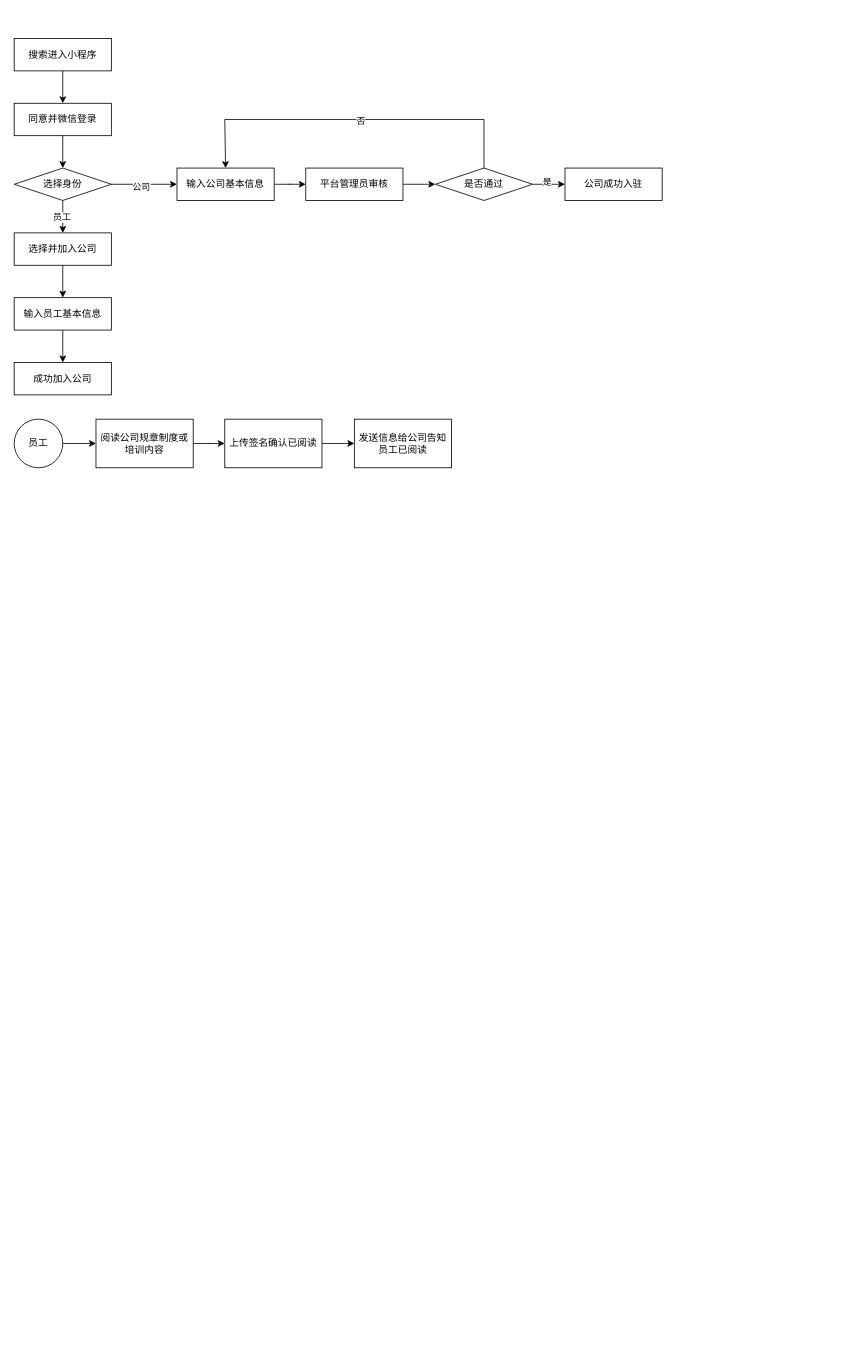
Before: 未命名绘图.drawio in domexie/cjlu.ink.drawio, a draw.io diagram. Source tidied: cells renumbered, new cells numbered last; positions are measured from the earlier drawing's top-left corner, leaving out a move shared by most shapes. Both pictures are drawn from the tidied source at 81%, with x=0, y=0 at pixel (14, 38).
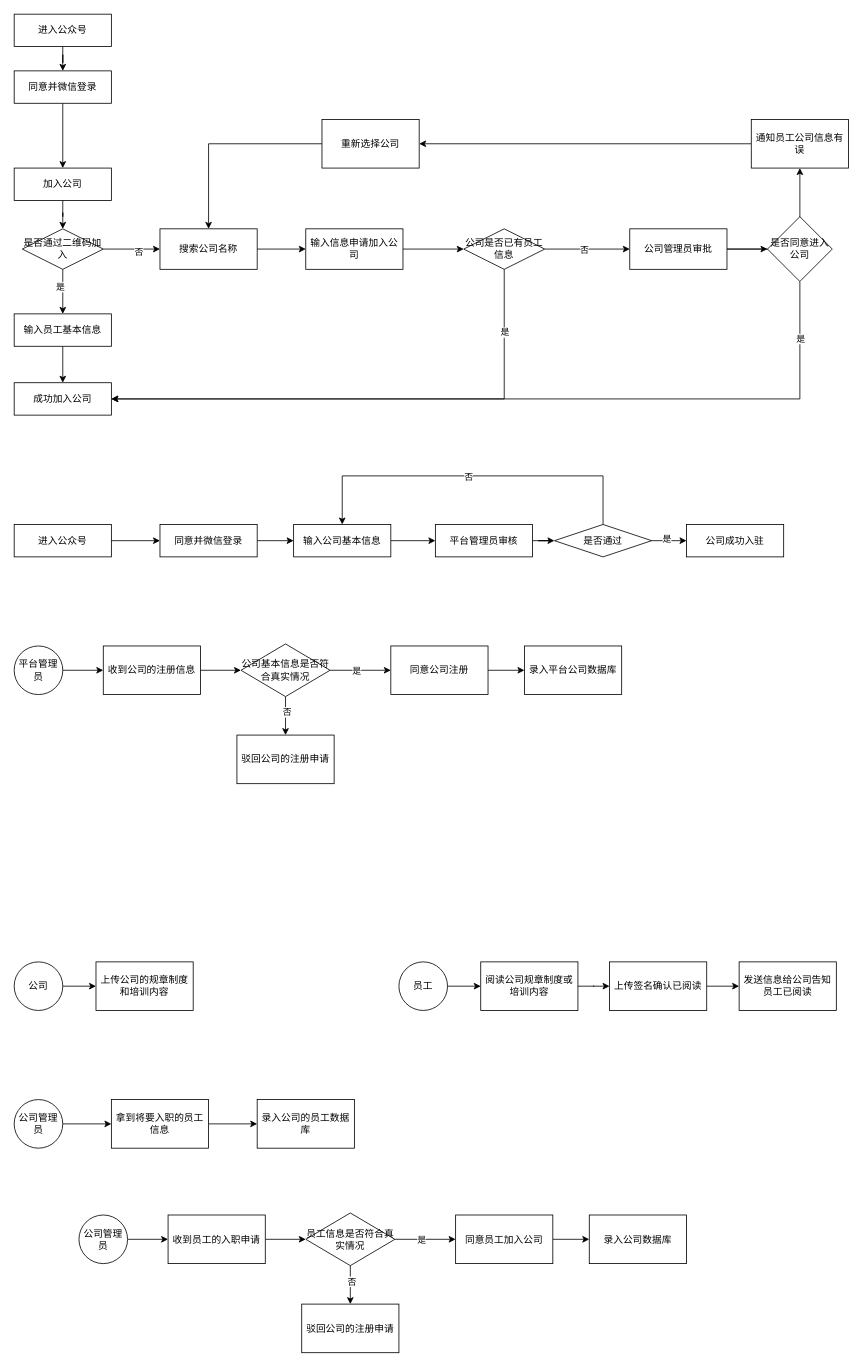
After the change.

Commit message:
更新未命名绘图.drawio

What changed in the source:
```diff
@@
-    <mxCell id="2" style="edgeStyle=orthogonalEdgeStyle;rounded=0;jettySize=auto;html=1;" parent="1" edge="1" source="14" target="8">
-      <mxGeometry relative="1" as="geometry" />
-    </mxCell>
-    <mxCell id="3" value="搜索进入小程序" style="rounded=0;whiteSpace=wrap;html=1;" parent="1" vertex="1">
-      <mxGeometry width="120" height="40" as="geometry" />
+    <mxCell id="3" value="进入公众号" style="rounded=0;whiteSpace=wrap;html=1;" parent="1" vertex="1">
+      <mxGeometry y="-30" width="120" height="40" as="geometry" />
     </mxCell>
-    <mxCell id="4" style="edgeStyle=orthogonalEdgeStyle;rounded=0;jettySize=auto;html=1;" parent="1" edge="1" source="8" target="10">
-      <mxGeometry relative="1" as="geometry" />
-    </mxCell>
-    <mxCell id="5" value="公司" style="edgeLabel;html=1;align=center;verticalAlign=middle;points=[];" parent="4" vertex="1">
-      <mxGeometry x="-0.11" y="-2" relative="1" as="geometry" />
-    </mxCell>
-    <mxCell id="6" style="edgeStyle=orthogonalEdgeStyle;rounded=0;jettySize=auto;html=1;" parent="1" edge="1" source="8" target="12">
-      <mxGeometry relative="1" as="geometry" />
-    </mxCell>
-    <mxCell id="7" value="员工" style="edgeLabel;html=1;align=center;verticalAlign=middle;" parent="6" vertex="1">
-      <mxGeometry y="-2" relative="1" as="geometry" />
-    </mxCell>
-    <mxCell id="8" value="选择身份" style="rhombus;whiteSpace=wrap;html=1;rounded=0;" parent="1" vertex="1">
-      <mxGeometry y="160" width="120" height="40" as="geometry" />
-    </mxCell>
-    <mxCell id="9" style="edgeStyle=orthogonalEdgeStyle;rounded=0;jettySize=auto;html=1;" parent="1" edge="1" source="10" target="16">
-      <mxGeometry relative="1" as="geometry" />
-    </mxCell>
-    <mxCell id="10" value="输入公司基本信息" style="whiteSpace=wrap;html=1;rounded=0;" parent="1" vertex="1">
-      <mxGeometry x="201" y="160" width="120" height="40" as="geometry" />
-    </mxCell>
-    <mxCell id="11" style="edgeStyle=orthogonalEdgeStyle;rounded=0;jettySize=auto;html=1;" parent="1" edge="1" source="12" target="24">
+    <mxCell id="11" style="edgeStyle=orthogonalEdgeStyle;rounded=0;jettySize=auto;html=1;" parent="1" edge="1" source="53" target="24">
       <mxGeometry relative="1" as="geometry" />
     </mxCell>
+    <mxCell id="33" value="是" style="edgeLabel;html=1;align=center;verticalAlign=middle;" parent="11" vertex="1">
+      <mxGeometry x="-0.24" y="-4" relative="1" as="geometry" />
+    </mxCell>
-    <mxCell id="12" value="选择并加入公司" style="whiteSpace=wrap;html=1;rounded=0;" parent="1" vertex="1">
-      <mxGeometry y="240" width="120" height="40" as="geometry" />
+    <mxCell id="12" value="加入公司" style="whiteSpace=wrap;html=1;rounded=0;" parent="1" vertex="1">
+      <mxGeometry y="160" width="120" height="40" as="geometry" />
     </mxCell>
@@
+    <mxCell id="34" style="edgeStyle=orthogonalEdgeStyle;rounded=0;jettySize=auto;html=1;exitX=0.5;exitY=1;exitDx=0;exitDy=0;entryX=0.5;entryY=0;entryDx=0;entryDy=0;" parent="1" edge="1" source="14" target="12">
+      <mxGeometry relative="1" as="geometry" />
+    </mxCell>
     <mxCell id="14" value="同意并微信登录" style="rounded=0;whiteSpace=wrap;html=1;" parent="1" vertex="1">
-      <mxGeometry y="80" width="120" height="40" as="geometry" />
+      <mxGeometry y="40" width="120" height="40" as="geometry" />
     </mxCell>
-    <mxCell id="15" style="edgeStyle=orthogonalEdgeStyle;rounded=0;jettySize=auto;html=1;" parent="1" edge="1" source="16" target="21">
-      <mxGeometry relative="1" as="geometry" />
-    </mxCell>
-    <mxCell id="16" value="平台管理员审核" style="whiteSpace=wrap;html=1;rounded=0;" parent="1" vertex="1">
-      <mxGeometry x="360" y="160" width="120" height="40" as="geometry" />
-    </mxCell>
-    <mxCell id="17" style="edgeStyle=orthogonalEdgeStyle;rounded=0;jettySize=auto;html=1;exitX=0.5;exitY=0;exitDx=0;exitDy=0;entryX=0.5;entryY=0;entryDx=0;entryDy=0;" parent="1" edge="1" source="21" target="10">
-      <mxGeometry relative="1" as="geometry">
-        <Array as="points">
-          <mxPoint x="580" y="100" />
-          <mxPoint x="260" y="100" />
-        </Array>
-      </mxGeometry>
-    </mxCell>
-    <mxCell id="18" value="否" style="edgeLabel;html=1;align=center;verticalAlign=middle;" parent="17" vertex="1">
-      <mxGeometry x="-0.03" y="1" relative="1" as="geometry" />
-    </mxCell>
-    <mxCell id="19" style="edgeStyle=orthogonalEdgeStyle;rounded=0;jettySize=auto;html=1;" parent="1" edge="1" source="21" target="22">
-      <mxGeometry relative="1" as="geometry" />
-    </mxCell>
-    <mxCell id="20" value="是" style="edgeLabel;html=1;align=center;verticalAlign=middle;" parent="19" vertex="1">
-      <mxGeometry x="-0.14" y="3" relative="1" as="geometry" />
-    </mxCell>
-    <mxCell id="21" value="是否通过" style="rhombus;whiteSpace=wrap;html=1;rounded=0;" parent="1" vertex="1">
-      <mxGeometry x="520" y="160" width="120" height="40" as="geometry" />
-    </mxCell>
-    <mxCell id="22" value="公司成功入驻" style="whiteSpace=wrap;html=1;rounded=0;" parent="1" vertex="1">
-      <mxGeometry x="680" y="160" width="120" height="40" as="geometry" />
-    </mxCell>
-    <mxCell id="23" style="edgeStyle=orthogonalEdgeStyle;rounded=0;jettySize=auto;html=1;" parent="1" edge="1" source="24" target="25">
+    <mxCell id="23" style="edgeStyle=orthogonalEdgeStyle;rounded=0;jettySize=auto;html=1;exitX=0.5;exitY=1;exitDx=0;exitDy=0;entryX=0.5;entryY=0;entryDx=0;entryDy=0;" parent="1" edge="1" source="24" target="25">
       <mxGeometry relative="1" as="geometry" />
     </mxCell>
     <mxCell id="24" value="输入员工基本信息" style="whiteSpace=wrap;html=1;rounded=0;" parent="1" vertex="1">
-      <mxGeometry y="320" width="120" height="40" as="geometry" />
+      <mxGeometry y="340" width="120" height="40" as="geometry" />
     </mxCell>
     <mxCell id="25" value="成功加入公司" style="whiteSpace=wrap;html=1;rounded=0;" parent="1" vertex="1">
-      <mxGeometry y="400" width="120" height="40" as="geometry" />
+      <mxGeometry y="425" width="120" height="40" as="geometry" />
     </mxCell>
@@
     <mxCell id="27" value="员工" style="ellipse;whiteSpace=wrap;html=1;" parent="1" vertex="1">
-      <mxGeometry y="470" width="60" height="60" as="geometry" />
+      <mxGeometry x="475" y="1140" width="60" height="60" as="geometry" />
     </mxCell>
@@
     <mxCell id="29" value="阅读公司规章制度或培训内容" style="whiteSpace=wrap;html=1;" parent="1" vertex="1">
-      <mxGeometry x="101" y="470" width="120" height="60" as="geometry" />
+      <mxGeometry x="576" y="1140" width="120" height="60" as="geometry" />
     </mxCell>
@@
     <mxCell id="31" value="上传签名确认已阅读" style="whiteSpace=wrap;html=1;" parent="1" vertex="1">
-      <mxGeometry x="260" y="470" width="120" height="60" as="geometry" />
+      <mxGeometry x="735" y="1140" width="120" height="60" as="geometry" />
     </mxCell>
     <mxCell id="32" value="发送信息给公司告知员工已阅读" style="whiteSpace=wrap;html=1;" parent="1" vertex="1">
-      <mxGeometry x="420" y="470" width="120" height="60" as="geometry" />
+      <mxGeometry x="895" y="1140" width="120" height="60" as="geometry" />
     </mxCell>
+    <mxCell id="35" style="edgeStyle=orthogonalEdgeStyle;rounded=0;jettySize=auto;html=1;" parent="1" edge="1" source="5" target="36">
+      <mxGeometry relative="1" as="geometry" />
+    </mxCell>
+    <mxCell id="5" value="公司" style="ellipse;whiteSpace=wrap;html=1;" parent="1" vertex="1">
+      <mxGeometry y="1140" width="60" height="60" as="geometry" />
+    </mxCell>
+    <mxCell id="36" value="上传公司的规章制度和培训内容" style="whiteSpace=wrap;html=1;" parent="1" vertex="1">
+      <mxGeometry x="101" y="1140" width="120" height="60" as="geometry" />
+    </mxCell>
+    <mxCell id="37" style="edgeStyle=orthogonalEdgeStyle;rounded=0;jettySize=auto;html=1;" parent="1" edge="1" source="38" target="40">
+      <mxGeometry relative="1" as="geometry" />
+    </mxCell>
+    <mxCell id="38" value="平台管理员" style="ellipse;whiteSpace=wrap;html=1;" parent="1" vertex="1">
+      <mxGeometry y="750" width="60" height="60" as="geometry" />
+    </mxCell>
+    <mxCell id="39" style="edgeStyle=orthogonalEdgeStyle;rounded=0;jettySize=auto;html=1;" parent="1" edge="1" source="40" target="45">
+      <mxGeometry relative="1" as="geometry" />
+    </mxCell>
+    <mxCell id="40" value="收到公司的注册信息" style="whiteSpace=wrap;html=1;" parent="1" vertex="1">
+      <mxGeometry x="110" y="750" width="120" height="60" as="geometry" />
+    </mxCell>
+    <mxCell id="41" style="edgeStyle=orthogonalEdgeStyle;rounded=0;jettySize=auto;html=1;" parent="1" edge="1" source="45" target="47">
+      <mxGeometry relative="1" as="geometry" />
+    </mxCell>
+    <mxCell id="42" value="是" style="edgeLabel;html=1;align=center;verticalAlign=middle;" parent="41" vertex="1">
+      <mxGeometry x="-0.14" relative="1" as="geometry" />
+    </mxCell>
+    <mxCell id="43" style="edgeStyle=orthogonalEdgeStyle;rounded=0;jettySize=auto;html=1;" parent="1" edge="1" source="45" target="49">
+      <mxGeometry relative="1" as="geometry" />
+    </mxCell>
+    <mxCell id="44" value="否" style="edgeLabel;html=1;align=center;verticalAlign=middle;" parent="43" vertex="1">
+      <mxGeometry x="-0.18" y="1" relative="1" as="geometry" />
+    </mxCell>
+    <mxCell id="45" value="公司基本信息是否符合真实情况" style="rhombus;whiteSpace=wrap;html=1;" parent="1" vertex="1">
+      <mxGeometry x="280" y="747.5" width="110" height="65" as="geometry" />
+    </mxCell>
+    <mxCell id="46" style="edgeStyle=orthogonalEdgeStyle;rounded=0;jettySize=auto;html=1;" parent="1" edge="1" source="47" target="48">
+      <mxGeometry relative="1" as="geometry" />
+    </mxCell>
+    <mxCell id="47" value="同意公司注册" style="whiteSpace=wrap;html=1;" parent="1" vertex="1">
+      <mxGeometry x="465" y="750" width="120" height="60" as="geometry" />
+    </mxCell>
+    <mxCell id="48" value="录入平台公司数据库" style="whiteSpace=wrap;html=1;" parent="1" vertex="1">
+      <mxGeometry x="630" y="750" width="120" height="60" as="geometry" />
+    </mxCell>
+    <mxCell id="49" value="驳回公司的注册申请" style="whiteSpace=wrap;html=1;" parent="1" vertex="1">
+      <mxGeometry x="275" y="860" width="120" height="60" as="geometry" />
+    </mxCell>
+    <mxCell id="50" style="edgeStyle=orthogonalEdgeStyle;rounded=0;jettySize=auto;html=1;" parent="1" edge="1" source="12" target="53">
+      <mxGeometry relative="1" as="geometry" />
+    </mxCell>
+    <mxCell id="51" style="edgeStyle=orthogonalEdgeStyle;rounded=0;jettySize=auto;html=1;" parent="1" edge="1" source="53" target="55">
+      <mxGeometry relative="1" as="geometry" />
+    </mxCell>
+    <mxCell id="52" value="否" style="edgeLabel;html=1;align=center;verticalAlign=middle;" parent="51" vertex="1">
+      <mxGeometry x="0.24" y="-3" relative="1" as="geometry" />
+    </mxCell>
+    <mxCell id="53" value="是否通过二维码加入" style="rhombus;whiteSpace=wrap;html=1;" parent="1" vertex="1">
+      <mxGeometry x="10" y="235" width="100" height="50" as="geometry" />
+    </mxCell>
+    <mxCell id="54" style="edgeStyle=orthogonalEdgeStyle;rounded=0;jettySize=auto;html=1;" parent="1" edge="1" source="55" target="58">
+      <mxGeometry relative="1" as="geometry" />
+    </mxCell>
+    <mxCell id="55" value="搜索公司名称" style="whiteSpace=wrap;html=1;" parent="1" vertex="1">
+      <mxGeometry x="180" y="235" width="120" height="50" as="geometry" />
+    </mxCell>
+    <mxCell id="56" style="edgeStyle=orthogonalEdgeStyle;rounded=0;jettySize=auto;html=1;" parent="1" edge="1" source="96" target="92">
+      <mxGeometry relative="1" as="geometry" />
+    </mxCell>
+    <mxCell id="57" value="否" style="edgeLabel;html=1;align=center;verticalAlign=middle;" parent="56" vertex="1">
+      <mxGeometry x="-0.08" relative="1" as="geometry" />
+    </mxCell>
+    <mxCell id="58" value="输入信息申请加入公司" style="whiteSpace=wrap;html=1;" parent="1" vertex="1">
+      <mxGeometry x="360" y="235" width="120" height="50" as="geometry" />
+    </mxCell>
+    <mxCell id="59" style="edgeStyle=orthogonalEdgeStyle;rounded=0;jettySize=auto;html=1;" parent="1" edge="1" source="60" target="62">
+      <mxGeometry relative="1" as="geometry" />
+    </mxCell>
+    <mxCell id="60" value="公司管理员" style="ellipse;whiteSpace=wrap;html=1;" parent="1" vertex="1">
+      <mxGeometry y="1310" width="60" height="60" as="geometry" />
+    </mxCell>
+    <mxCell id="61" style="edgeStyle=orthogonalEdgeStyle;rounded=0;jettySize=auto;html=1;" parent="1" edge="1" source="62" target="69">
+      <mxGeometry relative="1" as="geometry" />
+    </mxCell>
+    <mxCell id="62" value="拿到将要入职的员工信息" style="whiteSpace=wrap;html=1;" parent="1" vertex="1">
+      <mxGeometry x="120" y="1310" width="120" height="60" as="geometry" />
+    </mxCell>
+    <mxCell id="63" value="进入公众号" style="rounded=0;whiteSpace=wrap;html=1;" parent="1" vertex="1">
+      <mxGeometry y="600" width="120" height="40" as="geometry" />
+    </mxCell>
+    <mxCell id="9" style="edgeStyle=orthogonalEdgeStyle;rounded=0;jettySize=auto;html=1;" parent="1" edge="1" source="10" target="16">
+      <mxGeometry relative="1" as="geometry" />
+    </mxCell>
+    <mxCell id="10" value="输入公司基本信息" style="whiteSpace=wrap;html=1;rounded=0;" parent="1" vertex="1">
+      <mxGeometry x="345" y="600" width="120" height="40" as="geometry" />
+    </mxCell>
+    <mxCell id="64" style="edgeStyle=orthogonalEdgeStyle;rounded=0;jettySize=auto;html=1;" parent="1" edge="1" source="63" target="66">
+      <mxGeometry relative="1" as="geometry" />
+    </mxCell>
+    <mxCell id="65" style="edgeStyle=orthogonalEdgeStyle;rounded=0;jettySize=auto;html=1;exitX=1;exitY=0.5;exitDx=0;exitDy=0;" parent="1" edge="1" source="66" target="10">
+      <mxGeometry relative="1" as="geometry" />
+    </mxCell>
+    <mxCell id="66" value="同意并微信登录" style="rounded=0;whiteSpace=wrap;html=1;" parent="1" vertex="1">
+      <mxGeometry x="180" y="600" width="120" height="40" as="geometry" />
+    </mxCell>
+    <mxCell id="15" style="edgeStyle=orthogonalEdgeStyle;rounded=0;jettySize=auto;html=1;" parent="1" edge="1" source="16" target="21">
+      <mxGeometry relative="1" as="geometry" />
+    </mxCell>
+    <mxCell id="16" value="平台管理员审核" style="whiteSpace=wrap;html=1;rounded=0;" parent="1" vertex="1">
+      <mxGeometry x="520" y="600" width="120" height="40" as="geometry" />
+    </mxCell>
+    <mxCell id="19" style="edgeStyle=orthogonalEdgeStyle;rounded=0;jettySize=auto;html=1;" parent="1" edge="1" source="21" target="22">
+      <mxGeometry relative="1" as="geometry" />
+    </mxCell>
+    <mxCell id="67" value="是" style="edgeLabel;html=1;align=center;verticalAlign=middle;" parent="19" vertex="1">
+      <mxGeometry x="-0.14" y="3" relative="1" as="geometry" />
+    </mxCell>
+    <mxCell id="17" style="edgeStyle=orthogonalEdgeStyle;rounded=0;jettySize=auto;html=1;exitX=0.5;exitY=0;exitDx=0;exitDy=0;entryX=0.5;entryY=0;entryDx=0;entryDy=0;" parent="1" edge="1" source="21" target="10">
+      <mxGeometry relative="1" as="geometry">
+        <Array as="points">
+          <mxPoint x="727" y="540" />
+          <mxPoint x="405" y="540" />
+        </Array>
+      </mxGeometry>
+    </mxCell>
+    <mxCell id="68" value="否" style="edgeLabel;html=1;align=center;verticalAlign=middle;" parent="17" vertex="1">
+      <mxGeometry relative="1" as="geometry">
+        <mxPoint x="-6" as="offset" />
+      </mxGeometry>
+    </mxCell>
+    <mxCell id="21" value="是否通过" style="rhombus;whiteSpace=wrap;html=1;rounded=0;" parent="1" vertex="1">
+      <mxGeometry x="667" y="600" width="120" height="40" as="geometry" />
+    </mxCell>
+    <mxCell id="22" value="公司成功入驻" style="whiteSpace=wrap;html=1;rounded=0;" parent="1" vertex="1">
+      <mxGeometry x="830" y="600" width="120" height="40" as="geometry" />
+    </mxCell>
+    <mxCell id="69" value="录入公司的员工数据库" style="whiteSpace=wrap;html=1;" parent="1" vertex="1">
+      <mxGeometry x="300" y="1310" width="120" height="60" as="geometry" />
+    </mxCell>
+    <mxCell id="70" style="edgeStyle=orthogonalEdgeStyle;rounded=0;jettySize=auto;html=1;" parent="1" edge="1" source="92" target="74">
+      <mxGeometry relative="1" as="geometry" />
+    </mxCell>
+    <mxCell id="71" style="edgeStyle=orthogonalEdgeStyle;rounded=0;jettySize=auto;html=1;entryX=1;entryY=0.5;entryDx=0;entryDy=0;" parent="1" edge="1" source="74" target="25">
+      <mxGeometry relative="1" as="geometry">
+        <Array as="points">
+          <mxPoint x="970" y="445" />
+        </Array>
+      </mxGeometry>
+    </mxCell>
+    <mxCell id="72" value="是" style="edgeLabel;html=1;align=center;verticalAlign=middle;" parent="71" vertex="1">
+      <mxGeometry x="-0.86" relative="1" as="geometry" />
+    </mxCell>
+    <mxCell id="73" style="edgeStyle=orthogonalEdgeStyle;rounded=0;jettySize=auto;html=1;" parent="1" edge="1" source="92" target="76">
+      <mxGeometry relative="1" as="geometry" />
+    </mxCell>
+    <mxCell id="74" value="是否同意进入公司" style="rhombus;whiteSpace=wrap;html=1;" parent="1" vertex="1">
+      <mxGeometry x="930" y="220" width="80" height="80" as="geometry" />
+    </mxCell>
+    <mxCell id="75" style="edgeStyle=orthogonalEdgeStyle;rounded=0;jettySize=auto;html=1;" parent="1" edge="1" source="76" target="78">
+      <mxGeometry relative="1" as="geometry" />
+    </mxCell>
+    <mxCell id="76" value="通知员工公司信息有误" style="whiteSpace=wrap;html=1;" parent="1" vertex="1">
+      <mxGeometry x="910" y="100" width="120" height="60" as="geometry" />
+    </mxCell>
+    <mxCell id="77" style="edgeStyle=orthogonalEdgeStyle;rounded=0;jettySize=auto;html=1;entryX=0.5;entryY=0;entryDx=0;entryDy=0;" parent="1" edge="1" source="78" target="55">
+      <mxGeometry relative="1" as="geometry" />
+    </mxCell>
+    <mxCell id="78" value="重新选择公司" style="whiteSpace=wrap;html=1;" parent="1" vertex="1">
+      <mxGeometry x="380" y="100" width="120" height="60" as="geometry" />
+    </mxCell>
+    <mxCell id="79" style="edgeStyle=orthogonalEdgeStyle;rounded=0;jettySize=auto;html=1;" parent="1" edge="1" source="80" target="82">
+      <mxGeometry relative="1" as="geometry" />
+    </mxCell>
+    <mxCell id="80" value="公司管理员" style="ellipse;whiteSpace=wrap;html=1;" parent="1" vertex="1">
+      <mxGeometry x="80" y="1452.5" width="60" height="60" as="geometry" />
+    </mxCell>
+    <mxCell id="81" style="edgeStyle=orthogonalEdgeStyle;rounded=0;jettySize=auto;html=1;" parent="1" edge="1" source="82" target="87">
+      <mxGeometry relative="1" as="geometry" />
+    </mxCell>
+    <mxCell id="82" value="收到员工的入职申请" style="whiteSpace=wrap;html=1;" parent="1" vertex="1">
+      <mxGeometry x="190" y="1452.5" width="120" height="60" as="geometry" />
+    </mxCell>
+    <mxCell id="83" style="edgeStyle=orthogonalEdgeStyle;rounded=0;jettySize=auto;html=1;" parent="1" edge="1" source="87" target="89">
+      <mxGeometry relative="1" as="geometry" />
+    </mxCell>
+    <mxCell id="84" value="是" style="edgeLabel;html=1;align=center;verticalAlign=middle;" parent="83" vertex="1">
+      <mxGeometry x="-0.14" relative="1" as="geometry" />
+    </mxCell>
+    <mxCell id="85" style="edgeStyle=orthogonalEdgeStyle;rounded=0;jettySize=auto;html=1;" parent="1" edge="1" source="87" target="91">
+      <mxGeometry relative="1" as="geometry" />
+    </mxCell>
+    <mxCell id="86" value="否" style="edgeLabel;html=1;align=center;verticalAlign=middle;" parent="85" vertex="1">
+      <mxGeometry x="-0.18" y="1" relative="1" as="geometry" />
+    </mxCell>
+    <mxCell id="87" value="员工信息是否符合真实情况" style="rhombus;whiteSpace=wrap;html=1;" parent="1" vertex="1">
+      <mxGeometry x="360" y="1450" width="110" height="65" as="geometry" />
+    </mxCell>
+    <mxCell id="88" style="edgeStyle=orthogonalEdgeStyle;rounded=0;jettySize=auto;html=1;" parent="1" edge="1" source="89" target="90">
+      <mxGeometry relative="1" as="geometry" />
+    </mxCell>
+    <mxCell id="89" value="同意员工加入公司" style="whiteSpace=wrap;html=1;" parent="1" vertex="1">
+      <mxGeometry x="545" y="1452.5" width="120" height="60" as="geometry" />
+    </mxCell>
+    <mxCell id="90" value="录入公司数据库" style="whiteSpace=wrap;html=1;" parent="1" vertex="1">
+      <mxGeometry x="710" y="1452.5" width="120" height="60" as="geometry" />
+    </mxCell>
+    <mxCell id="91" value="驳回公司的注册申请" style="whiteSpace=wrap;html=1;" parent="1" vertex="1">
+      <mxGeometry x="355" y="1562.5" width="120" height="60" as="geometry" />
+    </mxCell>
+    <mxCell id="92" value="公司管理员审批" style="whiteSpace=wrap;html=1;" parent="1" vertex="1">
+      <mxGeometry x="760" y="235" width="120" height="50" as="geometry" />
+    </mxCell>
+    <mxCell id="93" style="edgeStyle=orthogonalEdgeStyle;rounded=0;jettySize=auto;html=1;" parent="1" edge="1" source="58" target="96">
+      <mxGeometry relative="1" as="geometry" />
+    </mxCell>
+    <mxCell id="94" style="edgeStyle=orthogonalEdgeStyle;rounded=0;jettySize=auto;html=1;exitX=0.5;exitY=1;exitDx=0;exitDy=0;entryX=1;entryY=0.5;entryDx=0;entryDy=0;" parent="1" edge="1" source="96" target="25">
+      <mxGeometry relative="1" as="geometry" />
+    </mxCell>
+    <mxCell id="95" value="是" style="edgeLabel;html=1;align=center;verticalAlign=middle;" parent="94" vertex="1">
+      <mxGeometry x="-0.76" relative="1" as="geometry" />
+    </mxCell>
+    <mxCell id="96" value="公司是否已有员工信息" style="rhombus;whiteSpace=wrap;html=1;" parent="1" vertex="1">
+      <mxGeometry x="555" y="235" width="100" height="50" as="geometry" />
+    </mxCell>
```
